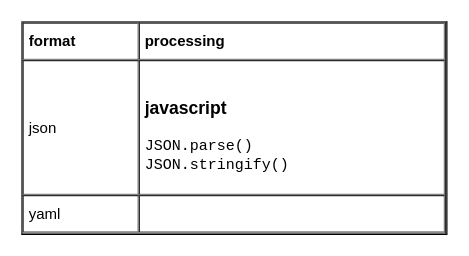
yangdj/tf_docs keeps this draw.io diagram as page "overview" (1 of 3) of languages/common/data_format.drawio. Above is the earlier version. Source tidied: cells renumbered, new cells numbered last; positions are measured from the earlier drawing's top-left corner, leaving out a move shared by most shapes. Both pictures are drawn from the tidied source at 125%, with x=0, y=0 at pixel (21, 21).
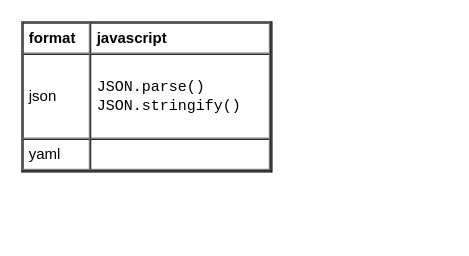
After the change.

Change to the diagram source:
```diff
@@
 <mxGraphModel>
   <root>
     <mxCell id="0" />
     <mxCell id="1" parent="0" />
-    <mxCell id="2" value="&lt;table cellpadding=&quot;4&quot; cellspacing=&quot;0&quot; border=&quot;1&quot; style=&quot;font-size: 1em ; width: 100% ; height: 100%&quot;&gt;&lt;tbody&gt;&lt;tr&gt;&lt;th&gt;format&lt;/th&gt;&lt;th&gt;processing&lt;/th&gt;&lt;/tr&gt;&lt;tr&gt;&lt;td&gt;json&lt;/td&gt;&lt;td&gt;&lt;h3&gt;javascript&lt;/h3&gt;&lt;font face=&quot;Courier New&quot;&gt;JSON.parse()&lt;br&gt;JSON.stringify()&lt;/font&gt;&lt;/td&gt;&lt;/tr&gt;&lt;tr&gt;&lt;td&gt;yaml&lt;/td&gt;&lt;td&gt;&lt;br&gt;&lt;/td&gt;&lt;/tr&gt;&lt;/tbody&gt;&lt;/table&gt; " style="verticalAlign=top;align=left;overflow=fill;fontSize=12;fontFamily=Helvetica;html=1;" parent="1" vertex="1">
-      <mxGeometry width="340" height="170" as="geometry" />
+    <mxCell id="2" value="&lt;table cellpadding=&quot;4&quot; cellspacing=&quot;0&quot; border=&quot;1&quot; style=&quot;font-size: 1em ; width: 100% ; height: 100%&quot;&gt;&lt;tbody&gt;&lt;tr&gt;&lt;th&gt;format&lt;/th&gt;&lt;th&gt;javascript&lt;/th&gt;&lt;/tr&gt;&lt;tr&gt;&lt;td&gt;&lt;p&gt;json&lt;/p&gt;&lt;/td&gt;&lt;td&gt;&lt;p&gt;&lt;span style=&quot;font-family: &amp;#34;courier new&amp;#34; ; font-size: 1em ; font-weight: normal&quot;&gt;JSON.parse()&lt;br&gt;&lt;/span&gt;&lt;font face=&quot;Courier New&quot;&gt;JSON.stringify()&lt;/font&gt;&lt;/p&gt;&lt;/td&gt;&lt;/tr&gt;&lt;tr&gt;&lt;td&gt;yaml&lt;/td&gt;&lt;td&gt;&lt;br&gt;&lt;/td&gt;&lt;/tr&gt;&lt;/tbody&gt;&lt;/table&gt; " style="verticalAlign=top;align=left;overflow=fill;fontSize=12;fontFamily=Helvetica;html=1;" parent="1" vertex="1">
+      <mxGeometry width="200" height="120" as="geometry" />
     </mxCell>
   </root>
 </mxGraphModel>
```
